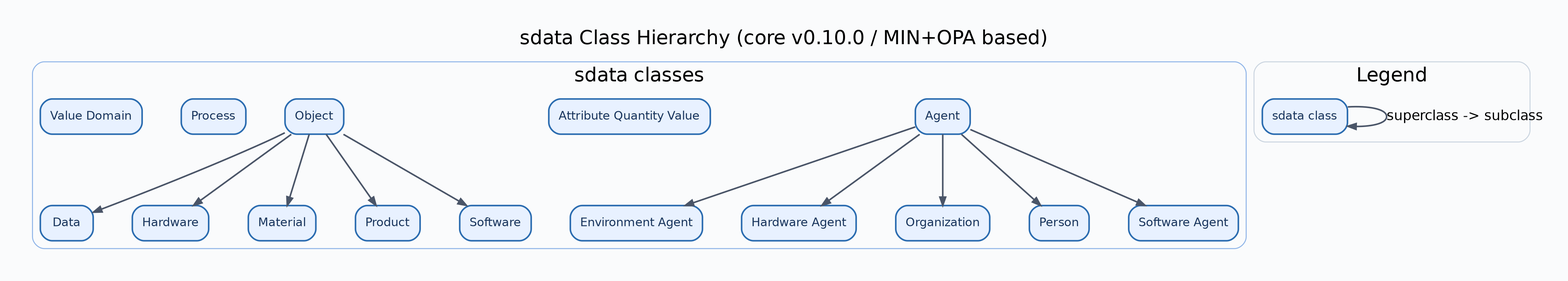
This is docs/diagrams/sdata-class-hierarchy.png from lepy/sdata-ontology, a Graphviz export, as it was before one commit. Its source is kept beside it as docs/diagrams/sdata-class-hierarchy.dot.
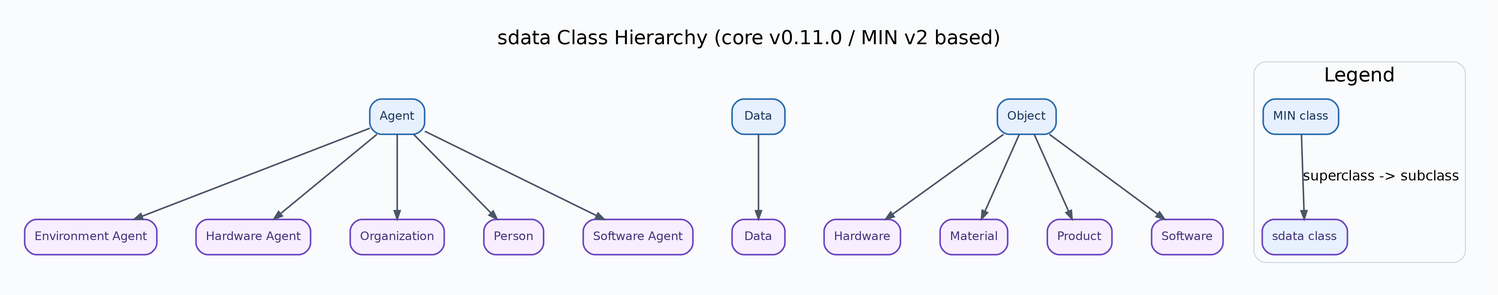
The same diagram one commit later.

Change to the diagram source:
```diff
@@ -2,7 +2,7 @@
 	graph [bgcolor="#FAFBFC",
 		fontname=Helvetica,
 		fontsize=20,
-		label="sdata Class Hierarchy (core v0.10.0 / MIN+OPA based)",
+		label="sdata Class Hierarchy (core v0.11.0 / MIN v2 based)",
 		labeljust=c,
 		labelloc=t,
 		nodesep=0.55,
@@ -25,91 +25,86 @@
 		fontname=Helvetica,
 		penwidth=1.6
 	];
-	subgraph cluster_sdata {
-		graph [color="#90B5E8",
-			label="sdata classes",
-			style=rounded
+	subgraph min_rank {
+		graph [rank=same,
+			style=invis
 		];
-		"https://w3id.org/sdata/core/Agent"	[color="#2B6CB0",
-			fillcolor="#E8F1FF",
+		"https://w3id.org/min#Agent"	[color="#2B6CB0",
+			fillcolor="#E7F0FF",
 			fontcolor="#1A365D",
 			label=Agent];
-		"https://w3id.org/sdata/core/AttributeQuantityValue"	[color="#2B6CB0",
-			fillcolor="#E8F1FF",
-			fontcolor="#1A365D",
-			label="Attribute Quantity Value"];
-		"https://w3id.org/sdata/core/Data"	[color="#2B6CB0",
-			fillcolor="#E8F1FF",
+		"https://w3id.org/min#Data"	[color="#2B6CB0",
+			fillcolor="#E7F0FF",
 			fontcolor="#1A365D",
 			label=Data];
-		"https://w3id.org/sdata/core/EnvironmentAgent"	[color="#2B6CB0",
-			fillcolor="#E8F1FF",
-			fontcolor="#1A365D",
-			label="Environment Agent"];
-		"https://w3id.org/sdata/core/Hardware"	[color="#2B6CB0",
-			fillcolor="#E8F1FF",
-			fontcolor="#1A365D",
-			label=Hardware];
-		"https://w3id.org/sdata/core/HardwareAgent"	[color="#2B6CB0",
-			fillcolor="#E8F1FF",
-			fontcolor="#1A365D",
-			label="Hardware Agent"];
-		"https://w3id.org/sdata/core/Material"	[color="#2B6CB0",
-			fillcolor="#E8F1FF",
-			fontcolor="#1A365D",
-			label=Material];
-		"https://w3id.org/sdata/core/Object"	[color="#2B6CB0",
-			fillcolor="#E8F1FF",
+		"https://w3id.org/min#Object"	[color="#2B6CB0",
+			fillcolor="#E7F0FF",
 			fontcolor="#1A365D",
 			label=Object];
-		"https://w3id.org/sdata/core/Organization"	[color="#2B6CB0",
-			fillcolor="#E8F1FF",
-			fontcolor="#1A365D",
-			label=Organization];
-		"https://w3id.org/sdata/core/Person"	[color="#2B6CB0",
-			fillcolor="#E8F1FF",
-			fontcolor="#1A365D",
-			label=Person];
-		"https://w3id.org/sdata/core/Process"	[color="#2B6CB0",
-			fillcolor="#E8F1FF",
-			fontcolor="#1A365D",
-			label=Process];
-		"https://w3id.org/sdata/core/Product"	[color="#2B6CB0",
-			fillcolor="#E8F1FF",
-			fontcolor="#1A365D",
-			label=Product];
-		"https://w3id.org/sdata/core/Software"	[color="#2B6CB0",
-			fillcolor="#E8F1FF",
-			fontcolor="#1A365D",
-			label=Software];
-		"https://w3id.org/sdata/core/SoftwareAgent"	[color="#2B6CB0",
-			fillcolor="#E8F1FF",
-			fontcolor="#1A365D",
-			label="Software Agent"];
-		"https://w3id.org/sdata/core/ValueDomain"	[color="#2B6CB0",
-			fillcolor="#E8F1FF",
-			fontcolor="#1A365D",
-			label="Value Domain"];
 	}
 	subgraph cluster_legend {
 		graph [color="#CBD5E0",
 			label=Legend,
 			style=rounded
 		];
-		legend_sdata	[color="#2B6CB0",
+		legend_min	[color="#2B6CB0",
+			fillcolor="#E7F0FF",
+			fontcolor="#1A365D",
+			label="MIN class"];
+		legend_sdata	[color="#6B46C1",
 			fillcolor="#E8F1FF",
-			fontcolor="#1A365D",
+			fontcolor="#44337A",
 			label="sdata class"];
-		legend_sdata -> legend_sdata	[label="superclass -> subclass"];
+		legend_min -> legend_sdata	[label="superclass -> subclass"];
 	}
-	"https://w3id.org/sdata/core/Agent" -> "https://w3id.org/sdata/core/EnvironmentAgent";
-	"https://w3id.org/sdata/core/Agent" -> "https://w3id.org/sdata/core/HardwareAgent";
-	"https://w3id.org/sdata/core/Agent" -> "https://w3id.org/sdata/core/Organization";
-	"https://w3id.org/sdata/core/Agent" -> "https://w3id.org/sdata/core/Person";
-	"https://w3id.org/sdata/core/Agent" -> "https://w3id.org/sdata/core/SoftwareAgent";
-	"https://w3id.org/sdata/core/Object" -> "https://w3id.org/sdata/core/Data";
-	"https://w3id.org/sdata/core/Object" -> "https://w3id.org/sdata/core/Hardware";
-	"https://w3id.org/sdata/core/Object" -> "https://w3id.org/sdata/core/Material";
-	"https://w3id.org/sdata/core/Object" -> "https://w3id.org/sdata/core/Product";
-	"https://w3id.org/sdata/core/Object" -> "https://w3id.org/sdata/core/Software";
+	"https://w3id.org/sdata/core/EnvironmentAgent"	[color="#6B46C1",
+		fillcolor="#F8EEFF",
+		fontcolor="#44337A",
+		label="Environment Agent"];
+	"https://w3id.org/min#Agent" -> "https://w3id.org/sdata/core/EnvironmentAgent";
+	"https://w3id.org/sdata/core/HardwareAgent"	[color="#6B46C1",
+		fillcolor="#F8EEFF",
+		fontcolor="#44337A",
+		label="Hardware Agent"];
+	"https://w3id.org/min#Agent" -> "https://w3id.org/sdata/core/HardwareAgent";
+	"https://w3id.org/sdata/core/Organization"	[color="#6B46C1",
+		fillcolor="#F8EEFF",
+		fontcolor="#44337A",
+		label=Organization];
+	"https://w3id.org/min#Agent" -> "https://w3id.org/sdata/core/Organization";
+	"https://w3id.org/sdata/core/Person"	[color="#6B46C1",
+		fillcolor="#F8EEFF",
+		fontcolor="#44337A",
+		label=Person];
+	"https://w3id.org/min#Agent" -> "https://w3id.org/sdata/core/Person";
+	"https://w3id.org/sdata/core/SoftwareAgent"	[color="#6B46C1",
+		fillcolor="#F8EEFF",
+		fontcolor="#44337A",
+		label="Software Agent"];
+	"https://w3id.org/min#Agent" -> "https://w3id.org/sdata/core/SoftwareAgent";
+	"https://w3id.org/sdata/core/Data"	[color="#6B46C1",
+		fillcolor="#F8EEFF",
+		fontcolor="#44337A",
+		label=Data];
+	"https://w3id.org/min#Data" -> "https://w3id.org/sdata/core/Data";
+	"https://w3id.org/sdata/core/Hardware"	[color="#6B46C1",
+		fillcolor="#F8EEFF",
+		fontcolor="#44337A",
+		label=Hardware];
+	"https://w3id.org/min#Object" -> "https://w3id.org/sdata/core/Hardware";
+	"https://w3id.org/sdata/core/Material"	[color="#6B46C1",
+		fillcolor="#F8EEFF",
+		fontcolor="#44337A",
+		label=Material];
+	"https://w3id.org/min#Object" -> "https://w3id.org/sdata/core/Material";
+	"https://w3id.org/sdata/core/Product"	[color="#6B46C1",
+		fillcolor="#F8EEFF",
+		fontcolor="#44337A",
+		label=Product];
+	"https://w3id.org/min#Object" -> "https://w3id.org/sdata/core/Product";
+	"https://w3id.org/sdata/core/Software"	[color="#6B46C1",
+		fillcolor="#F8EEFF",
+		fontcolor="#44337A",
+		label=Software];
+	"https://w3id.org/min#Object" -> "https://w3id.org/sdata/core/Software";
 }
```
